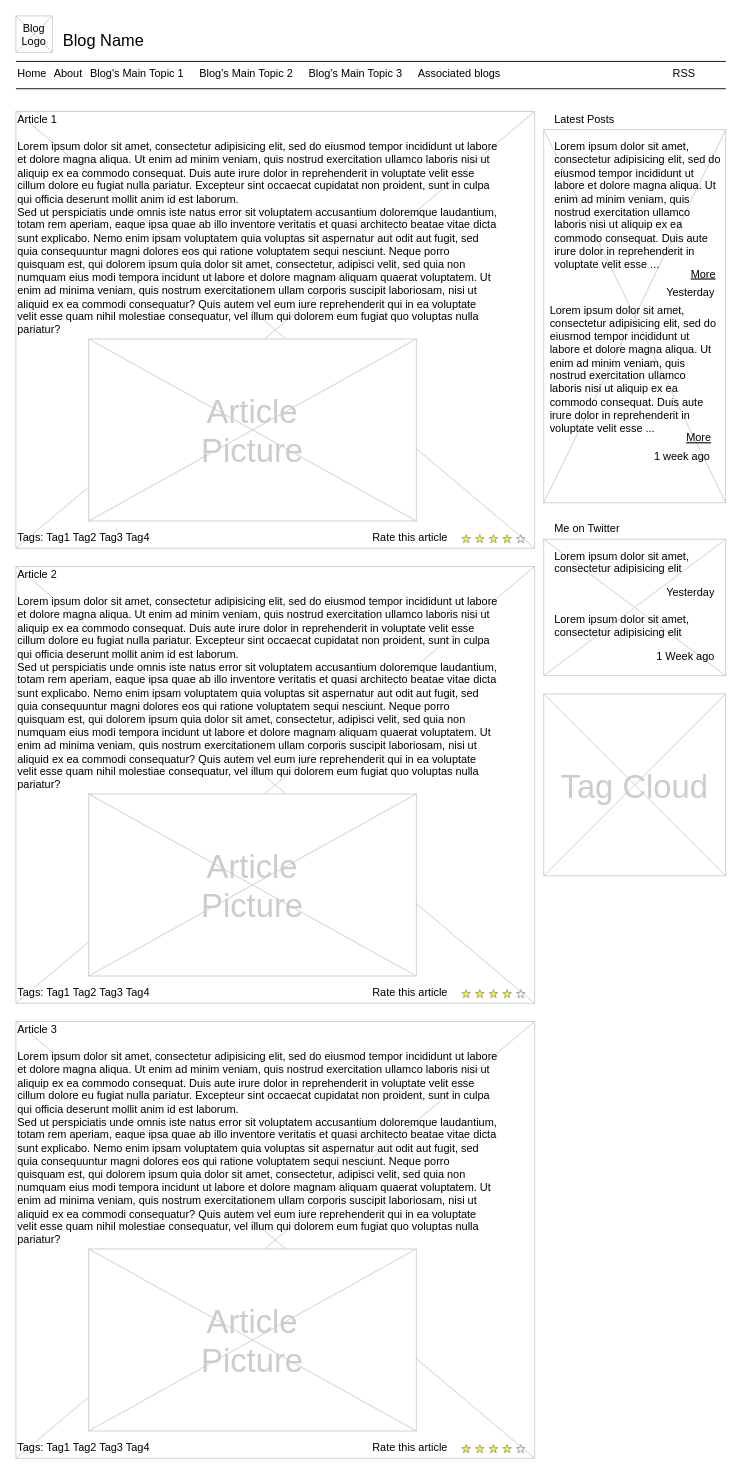
Above: hatch-recipes.drawio in cucumberpeel/drawio-diagrams (draw.io), before the change. Source tidied: cells renumbered, new cells numbered last; positions are measured from the earlier drawing's top-left corner, leaving out a move shared by most shapes. Both pictures are drawn from the tidied source at 91%, with x=0, y=0 at pixel (15, 15).
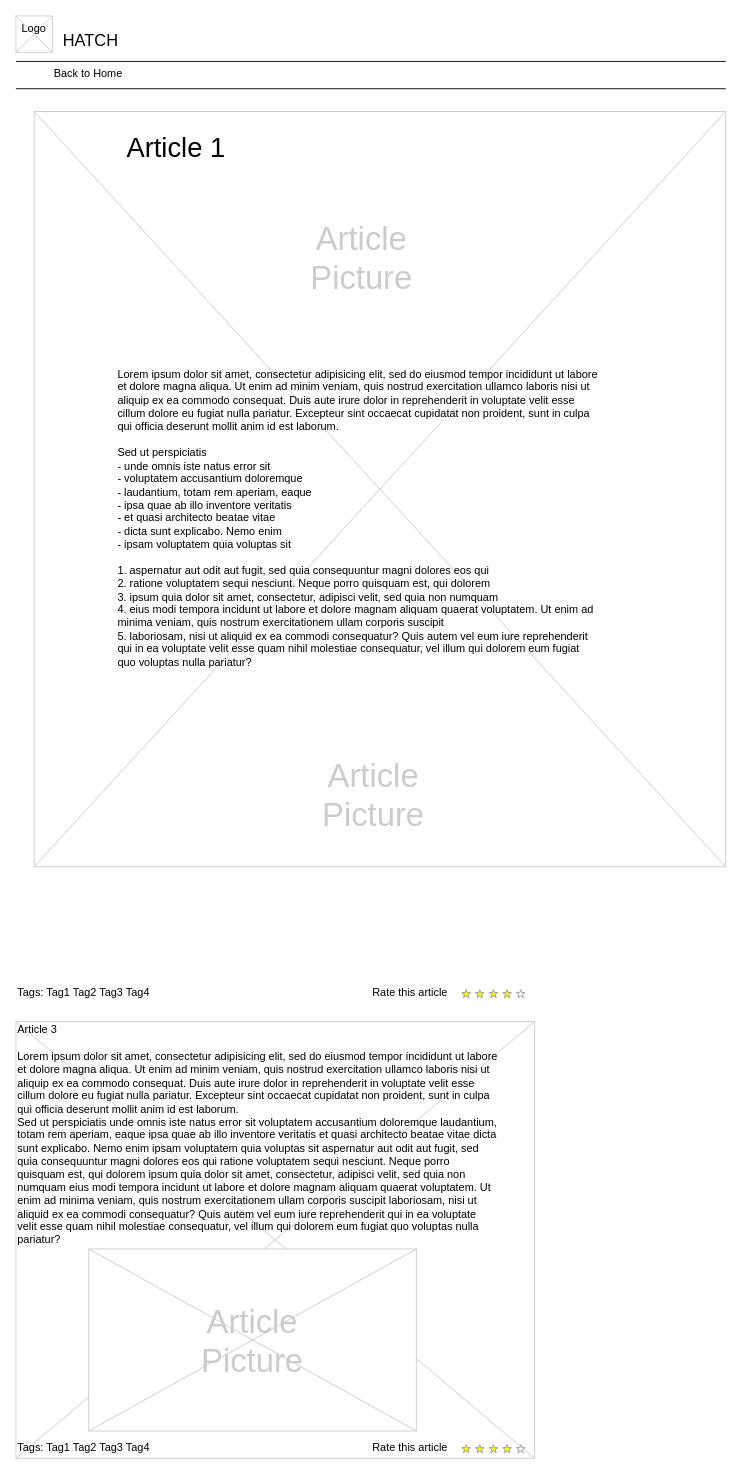
The same diagram, later.

The edit, as a diff of the source:
```diff
@@
-    <mxCell id="2" style="verticalLabelPosition=bottom;verticalAlign=top;strokeWidth=1;shape=mxgraph.mockup.graphics.iconGrid;strokeColor=#CCCCCC;gridSize=1,1;" parent="1" vertex="1">
-      <mxGeometry x="580" y="125" width="200" height="410" as="geometry" />
-    </mxCell>
     <mxCell id="3" style="verticalLabelPosition=bottom;verticalAlign=top;strokeWidth=1;shape=mxgraph.mockup.graphics.iconGrid;strokeColor=#CCCCCC;gridSize=1,1;" parent="1" vertex="1">
-      <mxGeometry y="105" width="570" height="480" as="geometry" />
+      <mxGeometry x="20" y="105" width="760" height="830" as="geometry" />
     </mxCell>
-    <mxCell id="4" value="Blog Name" style="text;spacingTop=-5;fontSize=18;fontStyle=0;" parent="1" vertex="1">
+    <mxCell id="4" value="HATCH" style="text;spacingTop=-5;fontSize=18;fontStyle=0;" parent="1" vertex="1">
       <mxGeometry x="50" y="15" width="230" height="20" as="geometry" />
     </mxCell>
@@
-    <mxCell id="7" value="Home" style="text;spacingTop=-5;" parent="1" vertex="1">
-      <mxGeometry y="55" width="30" height="20" as="geometry" />
-    </mxCell>
-    <mxCell id="8" value="About" style="text;spacingTop=-5;" parent="1" vertex="1">
+    <mxCell id="8" value="Back to Home" style="text;spacingTop=-5;" parent="1" vertex="1">
       <mxGeometry x="40" y="55" width="30" height="20" as="geometry" />
     </mxCell>
-    <mxCell id="9" value="Associated blogs" style="text;spacingTop=-5;" parent="1" vertex="1">
-      <mxGeometry x="440" y="55" width="30" height="20" as="geometry" />
-    </mxCell>
-    <mxCell id="10" value="Article 1" style="text;spacingTop=-5;" parent="1" vertex="1">
-      <mxGeometry y="105" width="30" height="20" as="geometry" />
+    <mxCell id="10" value="Article 1" style="text;spacingTop=-5;fontSize=30;" parent="1" vertex="1">
+      <mxGeometry x="120" y="125" width="30" height="20" as="geometry" />
     </mxCell>
-    <mxCell id="11" value="Lorem ipsum dolor sit amet, consectetur adipisicing elit, sed do eiusmod tempor incididunt ut labore et dolore magna aliqua. Ut enim ad minim veniam, quis nostrud exercitation ullamco laboris nisi ut aliquip ex ea commodo consequat. Duis aute irure dolor in reprehenderit in voluptate velit esse cillum dolore eu fugiat nulla pariatur. Excepteur sint occaecat cupidatat non proident, sunt in culpa qui officia deserunt mollit anim id est laborum.&#10;Sed ut perspiciatis unde omnis iste natus error sit voluptatem accusantium doloremque laudantium, totam rem aperiam, eaque ipsa quae ab illo inventore veritatis et quasi architecto beatae vitae dicta sunt explicabo. Nemo enim ipsam voluptatem quia voluptas sit aspernatur aut odit aut fugit, sed quia consequuntur magni dolores eos qui ratione voluptatem sequi nesciunt. Neque porro quisquam est, qui dolorem ipsum quia dolor sit amet, consectetur, adipisci velit, sed quia non numquam eius modi tempora incidunt ut labore et dolore magnam aliquam quaerat voluptatem. Ut enim ad minima veniam, quis nostrum exercitationem ullam corporis suscipit laboriosam, nisi ut aliquid ex ea commodi consequatur? Quis autem vel eum iure reprehenderit qui in ea voluptate velit esse quam nihil molestiae consequatur, vel illum qui dolorem eum fugiat quo voluptas nulla pariatur?" style="text;spacingTop=-5;whiteSpace=wrap;align=left;" parent="1" vertex="1">
-      <mxGeometry y="135" width="530" height="250" as="geometry" />
+    <mxCell id="11" value="Lorem ipsum dolor sit amet, consectetur adipisicing elit, sed do eiusmod tempor incididunt ut labore et dolore magna aliqua. Ut enim ad minim veniam, quis nostrud exercitation ullamco laboris nisi ut aliquip ex ea commodo consequat. Duis aute irure dolor in reprehenderit in voluptate velit esse cillum dolore eu fugiat nulla pariatur. Excepteur sint occaecat cupidatat non proident, sunt in culpa qui officia deserunt mollit anim id est laborum.&#10;&#10;Sed ut perspiciatis&#10;- unde omnis iste natus error sit &#10;- voluptatem accusantium doloremque &#10;- laudantium, totam rem aperiam, eaque &#10;- ipsa quae ab illo inventore veritatis &#10;- et quasi architecto beatae vitae &#10;- dicta sunt explicabo. Nemo enim &#10;- ipsam voluptatem quia voluptas sit &#10;&#10;1. aspernatur aut odit aut fugit, sed quia consequuntur magni dolores eos qui&#10;2. ratione voluptatem sequi nesciunt. Neque porro quisquam est, qui dolorem &#10;3. ipsum quia dolor sit amet, consectetur, adipisci velit, sed quia non numquam &#10;4. eius modi tempora incidunt ut labore et dolore magnam aliquam quaerat voluptatem. Ut enim ad minima veniam, quis nostrum exercitationem ullam corporis suscipit &#10;5. laboriosam, nisi ut aliquid ex ea commodi consequatur? Quis autem vel eum iure reprehenderit qui in ea voluptate velit esse quam nihil molestiae consequatur, vel illum qui dolorem eum fugiat quo voluptas nulla pariatur?" style="text;spacingTop=-5;whiteSpace=wrap;align=left;" parent="1" vertex="1">
+      <mxGeometry x="110" y="385" width="530" height="250" as="geometry" />
     </mxCell>
-    <mxCell id="12" value="Latest Posts" style="text;spacingTop=-5;" parent="1" vertex="1">
-      <mxGeometry x="590" y="105" width="30" height="20" as="geometry" />
-    </mxCell>
-    <mxCell id="13" value="RSS" style="text;spacingTop=-5;" parent="1" vertex="1">
-      <mxGeometry x="720" y="55" width="30" height="20" as="geometry" />
-    </mxCell>
-    <mxCell id="14" value="Lorem ipsum dolor sit amet, consectetur adipisicing elit, sed do eiusmod tempor incididunt ut labore et dolore magna aliqua. Ut enim ad minim veniam, quis nostrud exercitation ullamco laboris nisi ut aliquip ex ea commodo consequat. Duis aute irure dolor in reprehenderit in voluptate velit esse ..." style="text;spacingTop=-5;whiteSpace=wrap;align=left;" parent="1" vertex="1">
-      <mxGeometry x="590" y="135" width="190" height="140" as="geometry" />
-    </mxCell>
-    <mxCell id="15" value="More" style="text;spacingTop=-5;fontStyle=4;" parent="1" vertex="1">
-      <mxGeometry x="740" y="275" width="30" height="20" as="geometry" />
-    </mxCell>
-    <mxCell id="16" value="Yesterday" style="text;spacingTop=-5;fontStyle=0;align=right;" parent="1" vertex="1">
-      <mxGeometry x="740" y="295" width="30" height="20" as="geometry" />
-    </mxCell>
-    <mxCell id="17" value="Lorem ipsum dolor sit amet, consectetur adipisicing elit, sed do eiusmod tempor incididunt ut labore et dolore magna aliqua. Ut enim ad minim veniam, quis nostrud exercitation ullamco laboris nisi ut aliquip ex ea commodo consequat. Duis aute irure dolor in reprehenderit in voluptate velit esse ..." style="text;spacingTop=-5;whiteSpace=wrap;align=left;" parent="1" vertex="1">
-      <mxGeometry x="585" y="315" width="190" height="140" as="geometry" />
-    </mxCell>
-    <mxCell id="18" value="More" style="text;spacingTop=-5;fontStyle=4;" parent="1" vertex="1">
-      <mxGeometry x="735" y="455" width="30" height="20" as="geometry" />
-    </mxCell>
-    <mxCell id="19" value="1 week ago" style="text;spacingTop=-5;fontStyle=0;align=right;" parent="1" vertex="1">
-      <mxGeometry x="735" y="475" width="30" height="20" as="geometry" />
-    </mxCell>
@@
-    <mxCell id="21" value="Blog &#10;Logo" style="text;spacingTop=-5;align=center;" parent="1" vertex="1">
+    <mxCell id="21" value="Logo" style="text;spacingTop=-5;align=center;" parent="1" vertex="1">
       <mxGeometry y="5" width="40" height="40" as="geometry" />
     </mxCell>
-    <mxCell id="22" value="Blog's Main Topic 1" style="text;spacingTop=-5;" parent="1" vertex="1">
-      <mxGeometry x="80" y="55" width="30" height="20" as="geometry" />
-    </mxCell>
-    <mxCell id="23" value="Blog's Main Topic 2" style="text;spacingTop=-5;" parent="1" vertex="1">
-      <mxGeometry x="200" y="55" width="30" height="20" as="geometry" />
-    </mxCell>
-    <mxCell id="24" value="Blog's Main Topic 3" style="text;spacingTop=-5;" parent="1" vertex="1">
-      <mxGeometry x="320" y="55" width="30" height="20" as="geometry" />
-    </mxCell>
-    <mxCell id="25" style="verticalLabelPosition=bottom;verticalAlign=top;strokeWidth=1;shape=mxgraph.mockup.graphics.iconGrid;strokeColor=#CCCCCC;gridSize=1,1;" parent="1" vertex="1">
-      <mxGeometry x="80" y="355" width="360" height="200" as="geometry" />
-    </mxCell>
     <mxCell id="26" value="Article&#10;Picture" style="text;spacingTop=-5;align=center;verticalAlign=middle;fontSize=36;fontColor=#CCCCCC;" parent="1" vertex="1">
-      <mxGeometry x="80" y="355" width="360" height="200" as="geometry" />
+      <mxGeometry x="200" y="165" width="360" height="200" as="geometry" />
     </mxCell>
-    <mxCell id="27" style="verticalLabelPosition=bottom;verticalAlign=top;strokeWidth=1;shape=mxgraph.mockup.graphics.iconGrid;strokeColor=#CCCCCC;gridSize=1,1;" parent="1" vertex="1">
-      <mxGeometry y="605" width="570" height="480" as="geometry" />
-    </mxCell>
-    <mxCell id="28" value="Article 2" style="text;spacingTop=-5;" parent="1" vertex="1">
-      <mxGeometry y="605" width="30" height="20" as="geometry" />
-    </mxCell>
-    <mxCell id="29" value="Lorem ipsum dolor sit amet, consectetur adipisicing elit, sed do eiusmod tempor incididunt ut labore et dolore magna aliqua. Ut enim ad minim veniam, quis nostrud exercitation ullamco laboris nisi ut aliquip ex ea commodo consequat. Duis aute irure dolor in reprehenderit in voluptate velit esse cillum dolore eu fugiat nulla pariatur. Excepteur sint occaecat cupidatat non proident, sunt in culpa qui officia deserunt mollit anim id est laborum.&#10;Sed ut perspiciatis unde omnis iste natus error sit voluptatem accusantium doloremque laudantium, totam rem aperiam, eaque ipsa quae ab illo inventore veritatis et quasi architecto beatae vitae dicta sunt explicabo. Nemo enim ipsam voluptatem quia voluptas sit aspernatur aut odit aut fugit, sed quia consequuntur magni dolores eos qui ratione voluptatem sequi nesciunt. Neque porro quisquam est, qui dolorem ipsum quia dolor sit amet, consectetur, adipisci velit, sed quia non numquam eius modi tempora incidunt ut labore et dolore magnam aliquam quaerat voluptatem. Ut enim ad minima veniam, quis nostrum exercitationem ullam corporis suscipit laboriosam, nisi ut aliquid ex ea commodi consequatur? Quis autem vel eum iure reprehenderit qui in ea voluptate velit esse quam nihil molestiae consequatur, vel illum qui dolorem eum fugiat quo voluptas nulla pariatur?" style="text;spacingTop=-5;whiteSpace=wrap;align=left;" parent="1" vertex="1">
-      <mxGeometry y="635" width="530" height="250" as="geometry" />
-    </mxCell>
-    <mxCell id="30" style="verticalLabelPosition=bottom;verticalAlign=top;strokeWidth=1;shape=mxgraph.mockup.graphics.iconGrid;strokeColor=#CCCCCC;gridSize=1,1;" parent="1" vertex="1">
-      <mxGeometry x="80" y="855" width="360" height="200" as="geometry" />
-    </mxCell>
-    <mxCell id="31" value="Article&#10;Picture" style="text;spacingTop=-5;align=center;verticalAlign=middle;fontSize=36;fontColor=#CCCCCC;" parent="1" vertex="1">
-      <mxGeometry x="80" y="855" width="360" height="200" as="geometry" />
-    </mxCell>
@@
-    <mxCell id="37" style="verticalLabelPosition=bottom;verticalAlign=top;strokeWidth=1;shape=mxgraph.mockup.misc.rating;strokeColor=#999999;fillColor=#ffff00;emptyFillColor=#ffffff;grade=4;ratingScale=5;ratingStyle=star;" parent="1" vertex="1">
-      <mxGeometry x="490" y="570" width="77.5" height="10" as="geometry" />
-    </mxCell>
-    <mxCell id="38" value="Rate this article" style="text;spacingTop=-5;" parent="1" vertex="1">
-      <mxGeometry x="390" y="565" width="30" height="20" as="geometry" />
-    </mxCell>
@@
-    <mxCell id="43" value="Tags: Tag1 Tag2 Tag3 Tag4" style="text;spacingTop=-5;" parent="1" vertex="1">
-      <mxGeometry y="565" width="210" height="20" as="geometry" />
-    </mxCell>
@@
-    <mxCell id="46" style="verticalLabelPosition=bottom;verticalAlign=top;strokeWidth=1;shape=mxgraph.mockup.graphics.iconGrid;strokeColor=#CCCCCC;gridSize=1,1;" parent="1" vertex="1">
-      <mxGeometry x="580" y="575" width="200" height="150" as="geometry" />
-    </mxCell>
-    <mxCell id="47" value="Me on Twitter" style="text;spacingTop=-5;" parent="1" vertex="1">
-      <mxGeometry x="590" y="555" width="30" height="20" as="geometry" />
-    </mxCell>
-    <mxCell id="48" value="Lorem ipsum dolor sit amet, consectetur adipisicing elit" style="text;spacingTop=-5;whiteSpace=wrap;align=left;" parent="1" vertex="1">
-      <mxGeometry x="590" y="585" width="190" height="40" as="geometry" />
-    </mxCell>
-    <mxCell id="49" value="Yesterday" style="text;spacingTop=-5;fontStyle=0;align=right;" parent="1" vertex="1">
-      <mxGeometry x="740" y="625" width="30" height="20" as="geometry" />
-    </mxCell>
-    <mxCell id="50" style="verticalLabelPosition=bottom;verticalAlign=top;strokeWidth=1;shape=mxgraph.mockup.graphics.iconGrid;strokeColor=#CCCCCC;gridSize=1,1;" parent="1" vertex="1">
-      <mxGeometry x="580" y="745" width="200" height="200" as="geometry" />
-    </mxCell>
-    <mxCell id="51" value="Tag Cloud" style="text;spacingTop=-5;align=center;verticalAlign=middle;fontSize=36;fontColor=#CCCCCC;" parent="1" vertex="1">
-      <mxGeometry x="580" y="745" width="200" height="200" as="geometry" />
-    </mxCell>
-    <mxCell id="52" value="Lorem ipsum dolor sit amet, consectetur adipisicing elit" style="text;spacingTop=-5;whiteSpace=wrap;align=left;" parent="1" vertex="1">
-      <mxGeometry x="590" y="655" width="190" height="40" as="geometry" />
-    </mxCell>
-    <mxCell id="53" value="1 Week ago" style="text;spacingTop=-5;fontStyle=0;align=right;" parent="1" vertex="1">
-      <mxGeometry x="740" y="695" width="30" height="20" as="geometry" />
-    </mxCell>
+    <mxCell id="31" value="Article&#10;Picture" style="text;spacingTop=-5;align=center;verticalAlign=middle;fontSize=36;fontColor=#CCCCCC;" parent="1" vertex="1">
+      <mxGeometry x="213" y="755" width="360" height="200" as="geometry" />
+    </mxCell>
```
